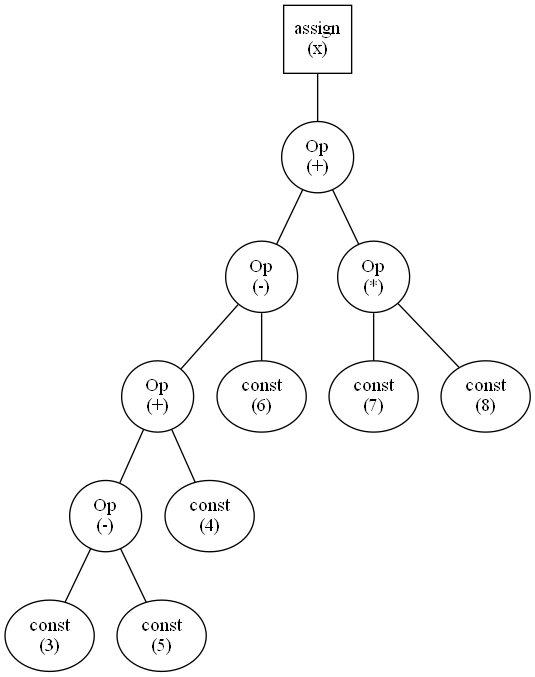
This is test-output/Syntax-Tree.gv.png from omarhatem97/Compilers-Project, a Graphviz export, as it was before one commit. Its source is kept beside it as test-output/Syntax-Tree.gv.
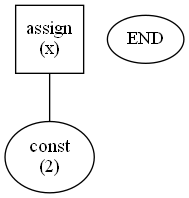
After the commit.

The edit, as a diff of the source:
```diff
@@ -2,36 +2,7 @@
 	1 [label="assign
 (x)" shape=square]
 	2 [label="const
-(3)"]
-	3 [label="Op
-(-)"]
-	4 [label="const
-(5)"]
-	5 [label="Op
-(+)"]
-	6 [label="const
-(4)"]
-	7 [label="Op
-(-)"]
-	8 [label="const
-(6)"]
-	9 [label="Op
-(+)"]
-	10 [label="const
-(7)"]
-	11 [label="Op
-(*)"]
-	12 [label="const
-(8)"]
-	3 -- 2
-	5 -- 3
-	3 -- 4
-	7 -- 5
-	5 -- 6
-	9 -- 7
-	7 -- 8
-	1 -- 9
-	11 -- 10
-	9 -- 11
-	11 -- 12
+(2)"]
+	3 [label=END]
+	1 -- 2
 }
```
